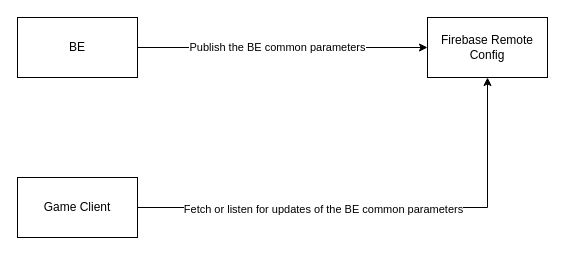
Earlier version of the draw.io diagram CommonJSON_firebase_remote_config.drawio (yaohuiwu/SimpleFS). Source tidied: cells renumbered, new cells numbered last; positions are measured from the earlier drawing's top-left corner, leaving out a move shared by most shapes. Both pictures are drawn from the tidied source at 100%, with x=0, y=0 at pixel (17, 17).
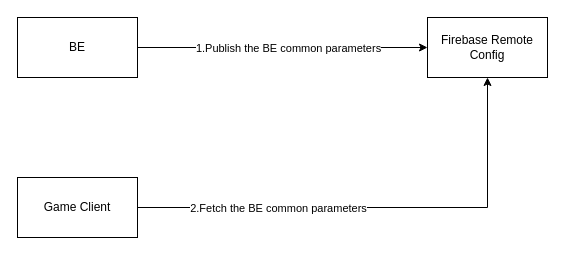
After the change.

The edit, as a diff of the source:
```diff
@@
 <mxGraphModel>
   <root>
     <mxCell id="0" />
     <mxCell id="1" parent="0" />
     <mxCell id="2" style="edgeStyle=orthogonalEdgeStyle;rounded=0;jettySize=auto;html=1;exitX=1;exitY=0.5;exitDx=0;exitDy=0;entryX=0;entryY=0.5;entryDx=0;entryDy=0;" parent="1" edge="1" source="4" target="5">
       <mxGeometry relative="1" as="geometry" />
     </mxCell>
-    <mxCell id="3" value="Publish the&amp;nbsp;&lt;span style=&quot;background-color: rgb(255, 255, 255); color: rgb(0, 0, 0); --darkreader-inline-bgcolor: #2d2b27; --darkreader-inline-color: #fffff2;&quot;&gt;BE common parameters&lt;/span&gt;" style="edgeLabel;html=1;align=center;verticalAlign=middle;" parent="2" vertex="1">
-      <mxGeometry x="-0.04" y="1" relative="1" as="geometry" />
+    <mxCell id="3" value="1.Publish the&amp;nbsp;&lt;span style=&quot;background-color: rgb(255, 255, 255); color: rgb(0, 0, 0); --darkreader-inline-bgcolor: #2d2b27; --darkreader-inline-color: #fffff2;&quot;&gt;BE common parameters&lt;/span&gt;" style="edgeLabel;html=1;align=center;verticalAlign=middle;" parent="2" vertex="1">
+      <mxGeometry x="-0.04" y="1" relative="1" as="geometry">
+        <mxPoint x="11" y="1" as="offset" />
+      </mxGeometry>
     </mxCell>
     <mxCell id="4" value="BE" style="rounded=0;whiteSpace=wrap;html=1;" parent="1" vertex="1">
       <mxGeometry width="120" height="60" as="geometry" />
     </mxCell>
     <mxCell id="5" value="Firebase Remote Config" style="rounded=0;whiteSpace=wrap;html=1;" parent="1" vertex="1">
       <mxGeometry x="410" width="120" height="60" as="geometry" />
     </mxCell>
     <mxCell id="6" style="edgeStyle=orthogonalEdgeStyle;rounded=0;jettySize=auto;html=1;exitX=1;exitY=0.5;exitDx=0;exitDy=0;entryX=0.5;entryY=1;entryDx=0;entryDy=0;" parent="1" edge="1" source="8" target="5">
       <mxGeometry relative="1" as="geometry" />
     </mxCell>
-    <mxCell id="7" value="Fetch or listen for updates of the BE common parameters" style="edgeLabel;html=1;align=center;verticalAlign=middle;" parent="6" vertex="1">
-      <mxGeometry x="-0.23" y="-1" relative="1" as="geometry" />
+    <mxCell id="7" value="2.Fetch the BE common parameters" style="edgeLabel;html=1;align=center;verticalAlign=middle;" parent="6" vertex="1">
+      <mxGeometry x="-0.23" y="-1" relative="1" as="geometry">
+        <mxPoint x="-45" y="-1" as="offset" />
+      </mxGeometry>
     </mxCell>
     <mxCell id="8" value="Game Client" style="rounded=0;whiteSpace=wrap;html=1;" parent="1" vertex="1">
       <mxGeometry y="160" width="120" height="60" as="geometry" />
     </mxCell>
   </root>
 </mxGraphModel>
```
